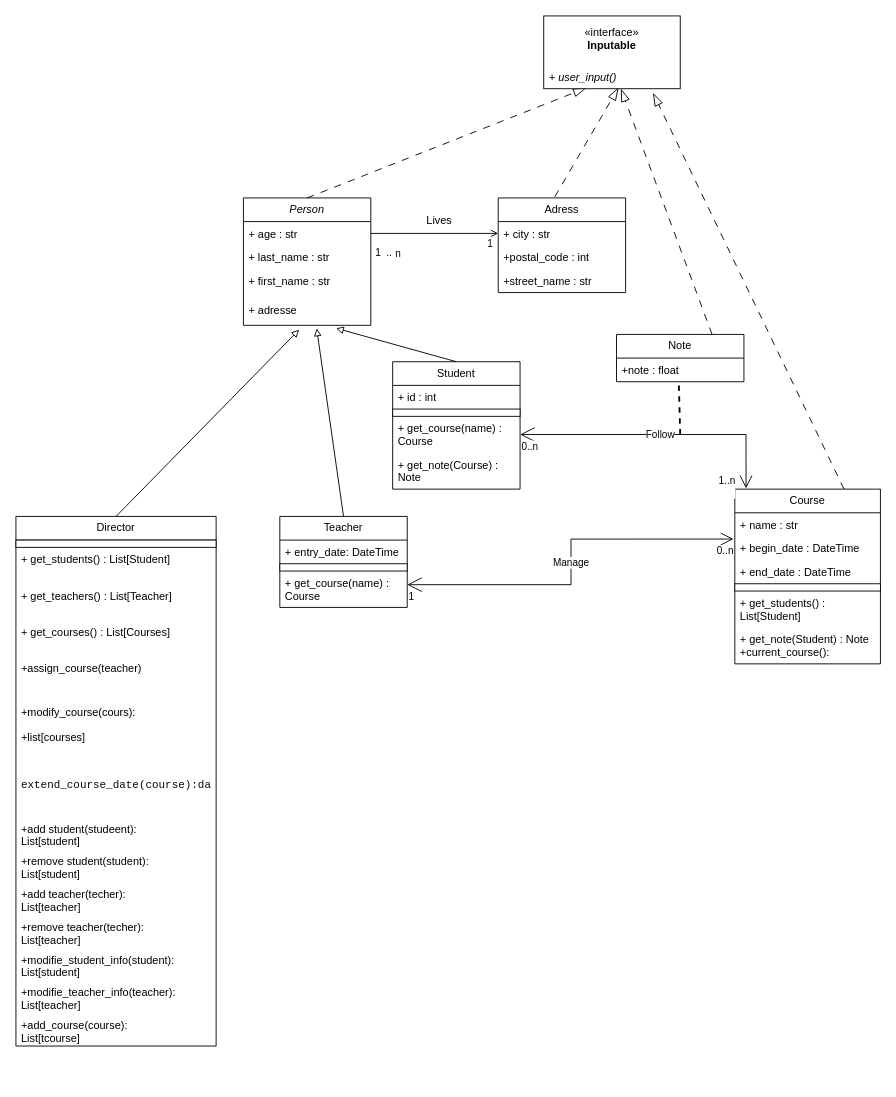
johandeschamps/gestion_ecole keeps this draw.io diagram as gestion_ecole.drawio. Above is the earlier version. Source tidied: cells renumbered, new cells numbered last; positions are measured from the earlier drawing's top-left corner, leaving out a move shared by most shapes. Both pictures are drawn from the tidied source at 91%, with x=0, y=0 at pixel (15, 15).
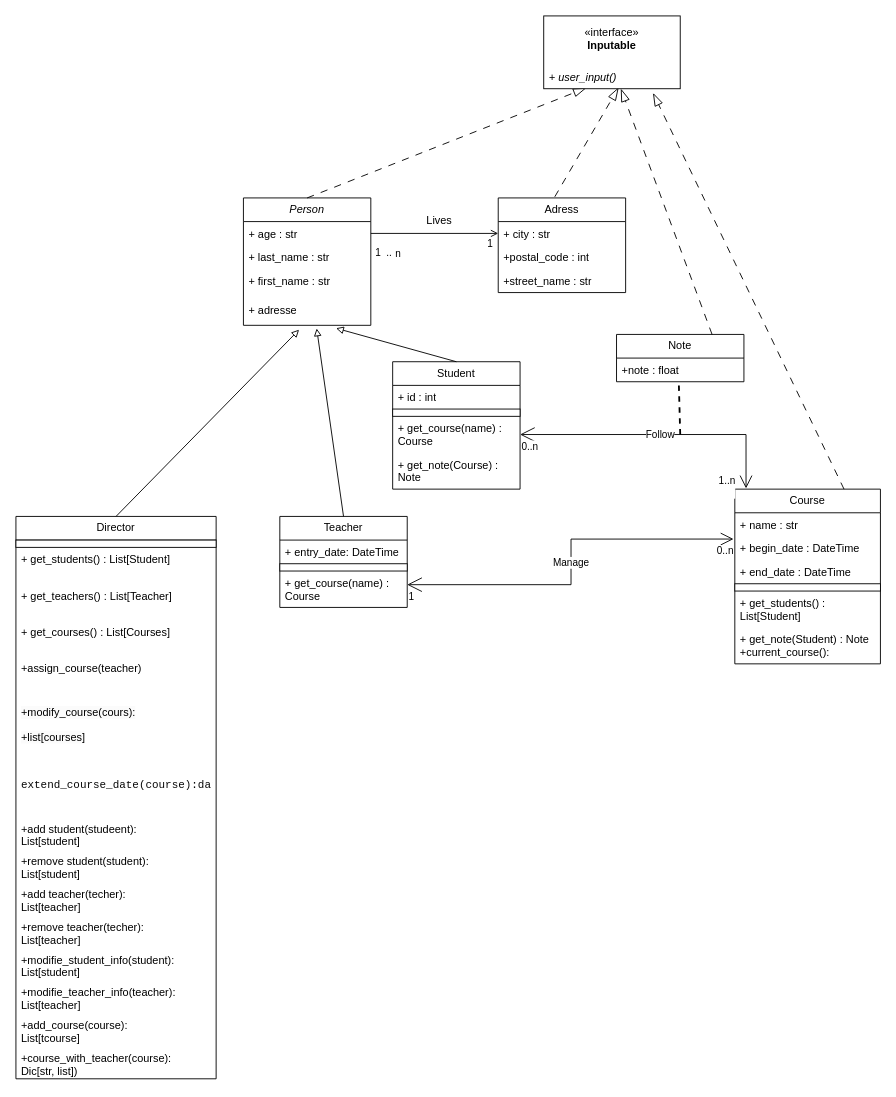
The same diagram, later.

Commit message:
Mettre à jour gestion_ecole.drawio

What changed in the source:
```diff
@@
     <mxCell id="28" value="Director" style="swimlane;fontStyle=0;horizontal=1;startSize=26;fillColor=none;whiteSpace=wrap;html=1;strokeColor=default;" parent="1" vertex="1">
-      <mxGeometry y="550" width="220" height="582" as="geometry" />
+      <mxGeometry y="550" width="220" height="618" as="geometry" />
     </mxCell>
@@
+    <mxCell id="67" value="+course_with_teacher(course):&lt;div&gt;Dic[str, list])&lt;/div&gt;" style="text;strokeColor=none;fillColor=none;align=left;verticalAlign=top;spacingLeft=4;spacingRight=4;overflow=hidden;whiteSpace=wrap;html=1;" parent="28" vertex="1">
+      <mxGeometry y="582" width="220" height="36" as="geometry" />
+    </mxCell>
```
